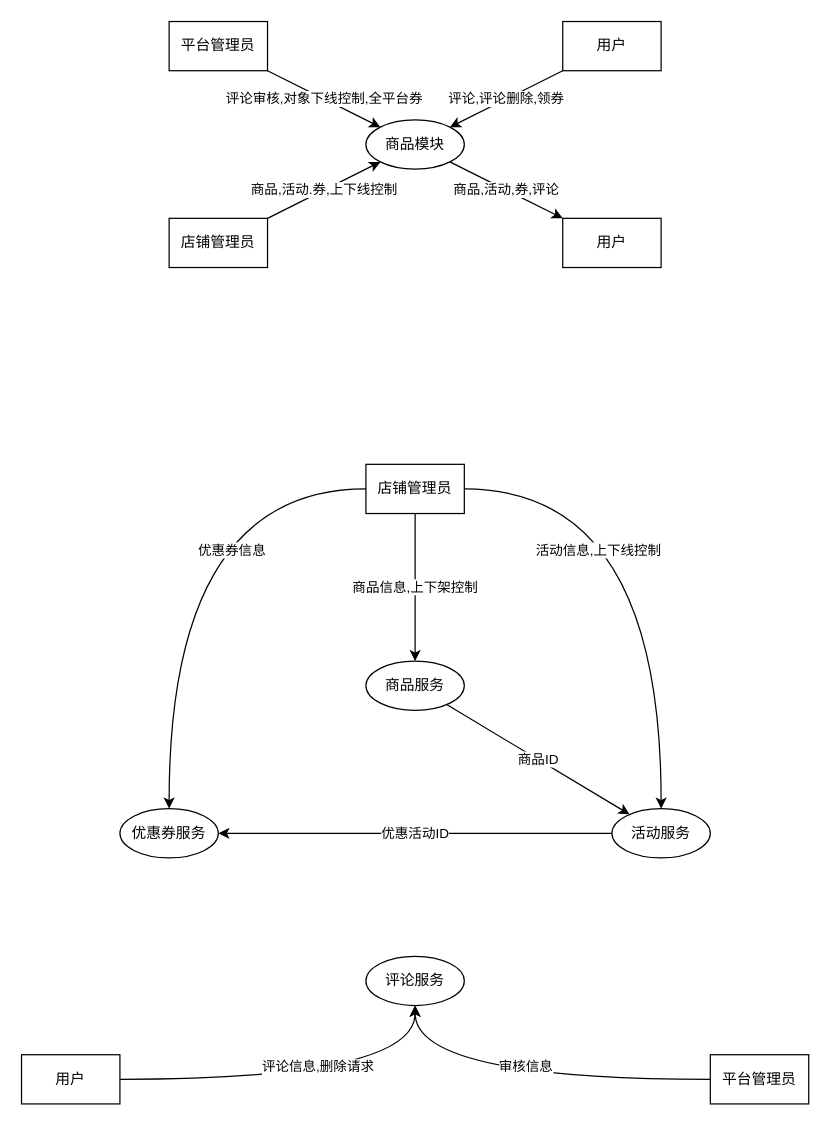
Earlier version of the draw.io diagram 软工导论小组作业/需求建模之功能模型（商品模块）.drawio (app1echip/grams). Source tidied: cells renumbered, new cells numbered last; positions are measured from the earlier drawing's top-left corner, leaving out a move shared by most shapes. Both pictures are drawn from the tidied source at 123%, with x=0, y=0 at pixel (21, 21).
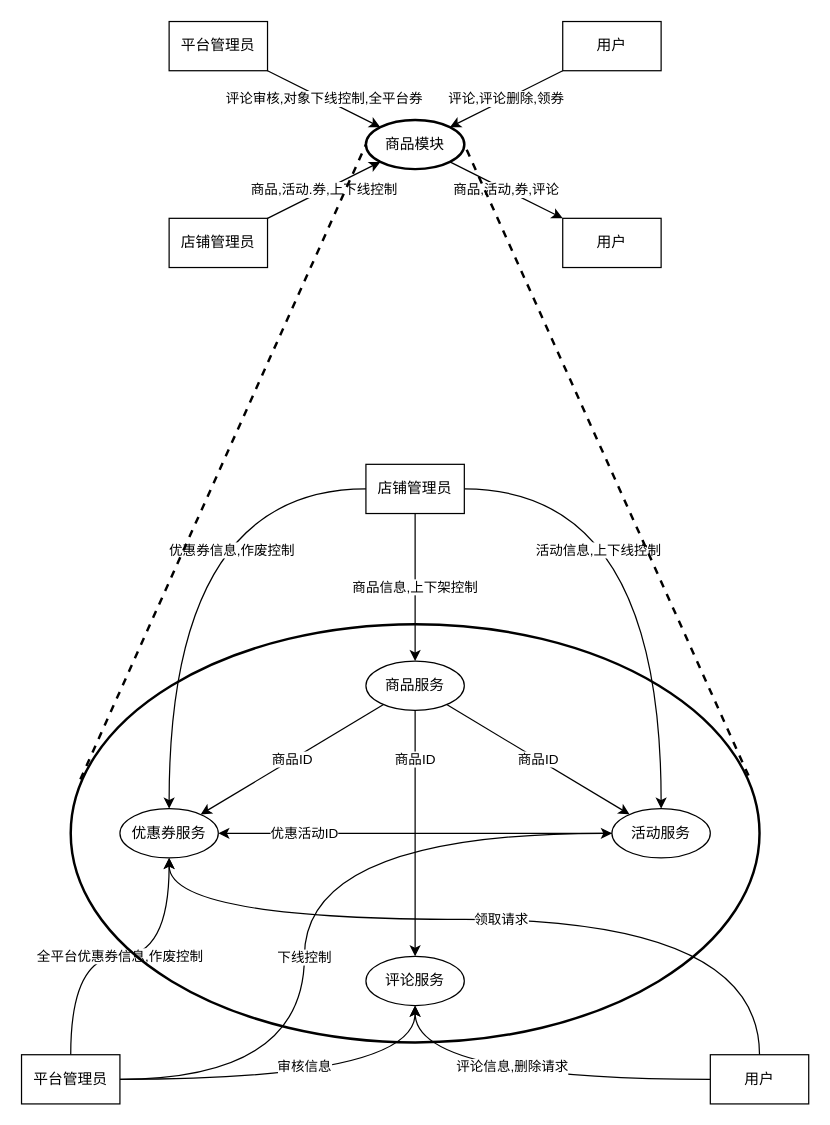
After the change.

Commit message (it also covers changes not shown here):
Update 需求建模之功能模型（商品模块）.drawio

The change refers to these unchanged cells:
```xml
<mxCell id="12" value="商品服务" style="ellipse;whiteSpace=wrap;html=1;" parent="1" vertex="1">
  <mxGeometry x="280" y="520" width="80" height="40" as="geometry" />
</mxCell>
<mxCell id="13" value="评论服务" style="ellipse;whiteSpace=wrap;html=1;" parent="1" vertex="1">
  <mxGeometry x="280" y="760" width="80" height="40" as="geometry" />
</mxCell>
<mxCell id="15" value="活动服务" style="ellipse;whiteSpace=wrap;html=1;" parent="1" vertex="1">
  <mxGeometry x="480" y="640" width="80" height="40" as="geometry" />
</mxCell>
<mxCell id="16" value="优惠券服务" style="ellipse;whiteSpace=wrap;html=1;" parent="1" vertex="1">
  <mxGeometry x="80" y="640" width="80" height="40" as="geometry" />
</mxCell>
<mxCell id="22" value="店铺管理员" style="rounded=0;whiteSpace=wrap;html=1;" parent="1" vertex="1">
  <mxGeometry x="280" y="360" width="80" height="40" as="geometry" />
</mxCell>
```

What changed in the source:
```diff
@@
-    <mxCell id="3" value="商品模块" style="ellipse;whiteSpace=wrap;html=1;" parent="1" vertex="1">
+    <mxCell id="3" value="商品模块" style="ellipse;whiteSpace=wrap;html=1;strokeWidth=2;" parent="1" vertex="1">
       <mxGeometry x="280" y="80" width="80" height="40" as="geometry" />
     </mxCell>
@@
+    <mxCell id="25" value="商品ID" style="edgeStyle=orthogonalEdgeStyle;curved=1;rounded=0;jettySize=auto;html=1;" parent="1" edge="1" source="12" target="13">
+      <mxGeometry x="-0.6" relative="1" as="geometry" />
+    </mxCell>
+    <mxCell id="26" value="商品ID" style="rounded=0;jettySize=auto;html=1;" parent="1" edge="1" source="12" target="16">
+      <mxGeometry relative="1" as="geometry" />
+    </mxCell>
@@
     <mxCell id="14" value="优惠活动ID" style="edgeStyle=none;rounded=0;jettySize=auto;html=1;" parent="1" edge="1" source="15" target="16">
-      <mxGeometry relative="1" as="geometry" />
+      <mxGeometry x="0.56" relative="1" as="geometry" />
     </mxCell>
@@
     <mxCell id="17" value="评论信息,删除请求" style="edgeStyle=orthogonalEdgeStyle;curved=1;rounded=0;jettySize=auto;html=1;" parent="1" edge="1" source="18" target="13">
-      <mxGeometry x="0.07" y="10" relative="1" as="geometry" />
+      <mxGeometry x="0.07" y="-10" relative="1" as="geometry" />
     </mxCell>
+    <mxCell id="27" value="领取请求" style="edgeStyle=orthogonalEdgeStyle;curved=1;rounded=0;jettySize=auto;html=1;" parent="1" edge="1" source="18" target="16">
+      <mxGeometry relative="1" as="geometry">
+        <Array as="points">
+          <mxPoint x="600" y="730" />
+          <mxPoint x="120" y="730" />
+        </Array>
+      </mxGeometry>
+    </mxCell>
     <mxCell id="18" value="用户" style="rounded=0;whiteSpace=wrap;html=1;" parent="1" vertex="1">
-      <mxGeometry y="840" width="80" height="40" as="geometry" />
+      <mxGeometry x="560" y="840" width="80" height="40" as="geometry" />
     </mxCell>
@@
-    <mxCell id="21" value="优惠券信息" style="edgeStyle=orthogonalEdgeStyle;rounded=0;jettySize=auto;html=1;curved=1;" parent="1" edge="1" source="22" target="16">
+    <mxCell id="21" value="优惠券信息,作废控制" style="edgeStyle=orthogonalEdgeStyle;rounded=0;jettySize=auto;html=1;curved=1;" parent="1" edge="1" source="22" target="16">
       <mxGeometry x="-0.48" y="50" relative="1" as="geometry" />
     </mxCell>
@@
     <mxCell id="23" value="审核信息" style="edgeStyle=orthogonalEdgeStyle;curved=1;rounded=0;jettySize=auto;html=1;" parent="1" edge="1" source="24" target="13">
-      <mxGeometry y="-10" relative="1" as="geometry" />
+      <mxGeometry y="10" relative="1" as="geometry" />
     </mxCell>
+    <mxCell id="28" value="全平台优惠券信息,作废控制" style="edgeStyle=orthogonalEdgeStyle;curved=1;rounded=0;jettySize=auto;html=1;" parent="1" edge="1" source="24" target="16">
+      <mxGeometry relative="1" as="geometry" />
+    </mxCell>
+    <mxCell id="29" value="下线控制" style="edgeStyle=orthogonalEdgeStyle;curved=1;rounded=0;jettySize=auto;html=1;" parent="1" edge="1" source="24" target="15">
+      <mxGeometry x="-0.17" relative="1" as="geometry">
+        <Array as="points">
+          <mxPoint x="230" y="860" />
+          <mxPoint x="230" y="660" />
+        </Array>
+      </mxGeometry>
+    </mxCell>
     <mxCell id="24" value="平台管理员" style="rounded=0;whiteSpace=wrap;html=1;" parent="1" vertex="1">
-      <mxGeometry x="560" y="840" width="80" height="40" as="geometry" />
+      <mxGeometry y="840" width="80" height="40" as="geometry" />
     </mxCell>
+    <mxCell id="30" style="ellipse;whiteSpace=wrap;html=1;fillColor=none;strokeWidth=2;" parent="1" vertex="1">
+      <mxGeometry x="40" y="490" width="560" height="340" as="geometry" />
+    </mxCell>
+    <mxCell id="31" style="endArrow=none;html=1;entryX=0;entryY=0.5;entryDx=0;entryDy=0;exitX=0.014;exitY=0.371;exitDx=0;exitDy=0;exitPerimeter=0;strokeWidth=2;dashed=1;" parent="1" edge="1" source="30" target="3">
+      <mxGeometry relative="1" as="geometry" />
+    </mxCell>
+    <mxCell id="32" style="endArrow=none;html=1;entryX=1;entryY=0.5;entryDx=0;entryDy=0;exitX=0.984;exitY=0.362;exitDx=0;exitDy=0;exitPerimeter=0;strokeWidth=2;dashed=1;" parent="1" edge="1" source="30" target="3">
+      <mxGeometry relative="1" as="geometry" />
+    </mxCell>
```
